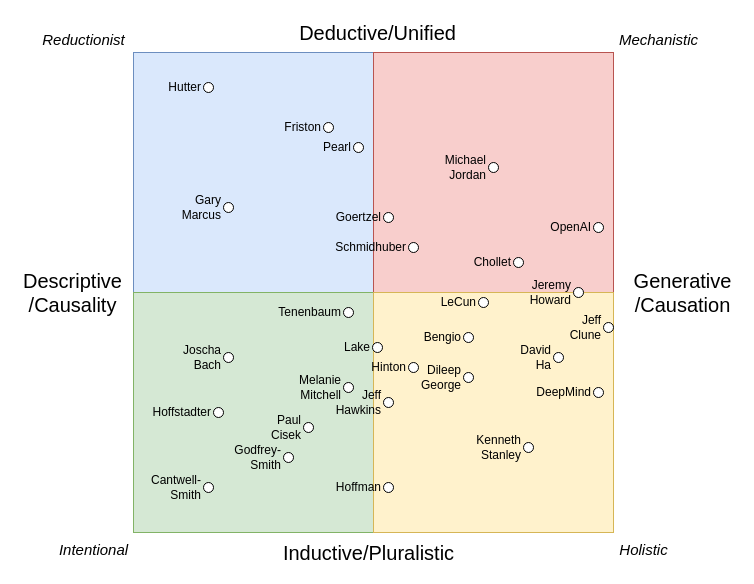
Above: agenda_preference.drawio in codeaudit/1 (draw.io), before the change. Source tidied: cells renumbered, new cells numbered last; positions are measured from the earlier drawing's top-left corner, leaving out a move shared by most shapes. Both pictures are drawn from the tidied source at 100%, with x=0, y=0 at pixel (17, 17).
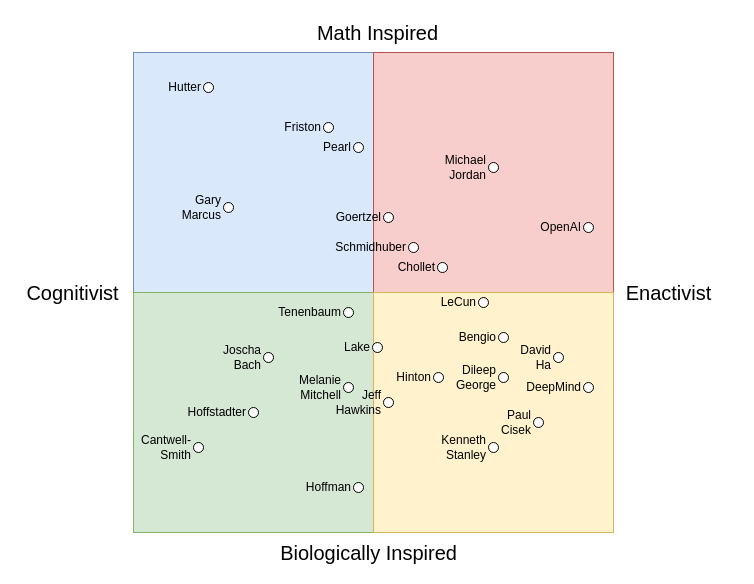
Above is the later version.

Diff of the diagram source:
```diff
@@
-    <mxCell id="6" value="Inductive/Pluralistic" style="text;html=1;align=center;verticalAlign=middle;fontSize=20;" parent="1" vertex="1">
+    <mxCell id="6" value="Biologically Inspired" style="text;html=1;align=center;verticalAlign=middle;fontSize=20;" parent="1" vertex="1">
       <mxGeometry x="256" y="520" width="190" height="30" as="geometry" />
     </mxCell>
-    <mxCell id="7" value="Deductive/Unified" style="text;html=1;align=center;verticalAlign=middle;fontSize=20;" parent="1" vertex="1">
-      <mxGeometry x="275" width="170" height="30" as="geometry" />
+    <mxCell id="7" value="Math Inspired" style="text;html=1;align=center;verticalAlign=middle;fontSize=20;" parent="1" vertex="1">
+      <mxGeometry x="290" width="140" height="30" as="geometry" />
     </mxCell>
-    <mxCell id="8" value="Generative&lt;br&gt;/Causation" style="text;html=1;align=center;verticalAlign=middle;fontSize=20;" parent="1" vertex="1">
-      <mxGeometry x="610" y="250" width="110" height="50" as="geometry" />
+    <mxCell id="8" value="Enactivist" style="text;html=1;align=center;verticalAlign=middle;fontSize=20;" parent="1" vertex="1">
+      <mxGeometry x="601" y="260" width="100" height="30" as="geometry" />
     </mxCell>
-    <mxCell id="9" value="Descriptive&lt;br&gt;/Causality" style="text;html=1;align=center;verticalAlign=middle;fontSize=20;" parent="1" vertex="1">
-      <mxGeometry y="250" width="110" height="50" as="geometry" />
+    <mxCell id="9" value="Cognitivist" style="text;html=1;align=center;verticalAlign=middle;fontSize=20;" parent="1" vertex="1">
+      <mxGeometry y="260" width="110" height="30" as="geometry" />
     </mxCell>
     <mxCell id="10" value="Joscha&lt;br&gt;Bach&lt;br&gt;" style="ellipse;whiteSpace=wrap;html=1;fontSize=12;labelPosition=left;verticalLabelPosition=middle;align=right;verticalAlign=middle;" parent="1" vertex="1">
-      <mxGeometry x="206" y="335" width="10" height="10" as="geometry" />
+      <mxGeometry x="246" y="335" width="10" height="10" as="geometry" />
     </mxCell>
-    <mxCell id="11" value="Jeremy&lt;br&gt;Howard" style="ellipse;whiteSpace=wrap;html=1;fontSize=12;labelPosition=left;verticalLabelPosition=middle;align=right;verticalAlign=middle;" parent="1" vertex="1">
-      <mxGeometry x="556" y="270" width="10" height="10" as="geometry" />
-    </mxCell>
@@
     <mxCell id="15" value="Hinton" style="ellipse;whiteSpace=wrap;html=1;fontSize=12;labelPosition=left;verticalLabelPosition=middle;align=right;verticalAlign=middle;" parent="1" vertex="1">
-      <mxGeometry x="391" y="345" width="10" height="10" as="geometry" />
+      <mxGeometry x="416" y="355" width="10" height="10" as="geometry" />
     </mxCell>
     <mxCell id="16" value="Bengio" style="ellipse;whiteSpace=wrap;html=1;fontSize=12;labelPosition=left;verticalLabelPosition=middle;align=right;verticalAlign=middle;" parent="1" vertex="1">
-      <mxGeometry x="446" y="315" width="10" height="10" as="geometry" />
+      <mxGeometry x="481" y="315" width="10" height="10" as="geometry" />
     </mxCell>
@@
     <mxCell id="19" value="Kenneth&lt;br&gt;Stanley" style="ellipse;whiteSpace=wrap;html=1;fontSize=12;labelPosition=left;verticalLabelPosition=middle;align=right;verticalAlign=middle;" parent="1" vertex="1">
-      <mxGeometry x="506" y="425" width="10" height="10" as="geometry" />
+      <mxGeometry x="471" y="425" width="10" height="10" as="geometry" />
     </mxCell>
@@
     <mxCell id="21" value="Hoffstadter" style="ellipse;whiteSpace=wrap;html=1;fontSize=12;labelPosition=left;verticalLabelPosition=middle;align=right;verticalAlign=middle;" parent="1" vertex="1">
-      <mxGeometry x="196" y="390" width="10" height="10" as="geometry" />
+      <mxGeometry x="231" y="390" width="10" height="10" as="geometry" />
     </mxCell>
     <mxCell id="22" value="Hoffman" style="ellipse;whiteSpace=wrap;html=1;fontSize=12;labelPosition=left;verticalLabelPosition=middle;align=right;verticalAlign=middle;" parent="1" vertex="1">
-      <mxGeometry x="366" y="465" width="10" height="10" as="geometry" />
+      <mxGeometry x="336" y="465" width="10" height="10" as="geometry" />
     </mxCell>
-    <mxCell id="23" value="Godfrey-Smith" style="ellipse;whiteSpace=wrap;html=1;fontSize=12;labelPosition=left;verticalLabelPosition=middle;align=right;verticalAlign=middle;" parent="1" vertex="1">
-      <mxGeometry x="266" y="435" width="10" height="10" as="geometry" />
-    </mxCell>
@@
     <mxCell id="27" value="OpenAI" style="ellipse;whiteSpace=wrap;html=1;fontSize=12;labelPosition=left;verticalLabelPosition=middle;align=right;verticalAlign=middle;" parent="1" vertex="1">
-      <mxGeometry x="576" y="205" width="10" height="10" as="geometry" />
+      <mxGeometry x="566" y="205" width="10" height="10" as="geometry" />
     </mxCell>
     <mxCell id="28" value="DeepMind" style="ellipse;whiteSpace=wrap;html=1;fontSize=12;labelPosition=left;verticalLabelPosition=middle;align=right;verticalAlign=middle;" parent="1" vertex="1">
-      <mxGeometry x="576" y="370" width="10" height="10" as="geometry" />
+      <mxGeometry x="566" y="365" width="10" height="10" as="geometry" />
     </mxCell>
@@
     <mxCell id="30" value="Cantwell-Smith" style="ellipse;whiteSpace=wrap;html=1;fontSize=12;labelPosition=left;verticalLabelPosition=middle;align=right;verticalAlign=middle;" parent="1" vertex="1">
-      <mxGeometry x="186" y="465" width="10" height="10" as="geometry" />
+      <mxGeometry x="176" y="425" width="10" height="10" as="geometry" />
     </mxCell>
@@
     <mxCell id="33" value="Chollet" style="ellipse;whiteSpace=wrap;html=1;fontSize=12;labelPosition=left;verticalLabelPosition=middle;align=right;verticalAlign=middle;" parent="1" vertex="1">
-      <mxGeometry x="496" y="240" width="10" height="10" as="geometry" />
+      <mxGeometry x="420" y="245" width="10" height="10" as="geometry" />
     </mxCell>
     <mxCell id="34" value="Dileep&lt;br&gt;George" style="ellipse;whiteSpace=wrap;html=1;fontSize=12;labelPosition=left;verticalLabelPosition=middle;align=right;verticalAlign=middle;" parent="1" vertex="1">
-      <mxGeometry x="446" y="355" width="10" height="10" as="geometry" />
+      <mxGeometry x="481" y="355" width="10" height="10" as="geometry" />
     </mxCell>
     <mxCell id="35" value="Paul&lt;br&gt;Cisek" style="ellipse;whiteSpace=wrap;html=1;fontSize=12;labelPosition=left;verticalLabelPosition=middle;align=right;verticalAlign=middle;" parent="1" vertex="1">
-      <mxGeometry x="286" y="405" width="10" height="10" as="geometry" />
+      <mxGeometry x="516" y="400" width="10" height="10" as="geometry" />
     </mxCell>
@@
-    <mxCell id="37" value="Jeff&lt;br&gt;Clune" style="ellipse;whiteSpace=wrap;html=1;fontSize=12;labelPosition=left;verticalLabelPosition=middle;align=right;verticalAlign=middle;" parent="1" vertex="1">
-      <mxGeometry x="586" y="305" width="10" height="10" as="geometry" />
-    </mxCell>
-    <mxCell id="38" value="&lt;i&gt;&lt;font style=&quot;font-size: 15px&quot;&gt;Reductionist&lt;/font&gt;&lt;/i&gt;" style="text;html=1;align=center;verticalAlign=middle;fontSize=20;" parent="1" vertex="1">
-      <mxGeometry x="16" y="5" width="100" height="30" as="geometry" />
-    </mxCell>
-    <mxCell id="39" value="&lt;i&gt;&lt;font style=&quot;font-size: 15px&quot;&gt;Holistic&lt;/font&gt;&lt;/i&gt;" style="text;html=1;align=center;verticalAlign=middle;fontSize=20;" parent="1" vertex="1">
-      <mxGeometry x="596" y="515" width="60" height="30" as="geometry" />
-    </mxCell>
-    <mxCell id="40" value="&lt;i&gt;&lt;font style=&quot;font-size: 15px&quot;&gt;Mechanistic&lt;/font&gt;&lt;/i&gt;" style="text;html=1;align=center;verticalAlign=middle;fontSize=20;" parent="1" vertex="1">
-      <mxGeometry x="596" y="5" width="90" height="30" as="geometry" />
-    </mxCell>
-    <mxCell id="41" value="&lt;i&gt;&lt;font style=&quot;font-size: 15px&quot;&gt;Intentional&lt;/font&gt;&lt;/i&gt;" style="text;html=1;align=center;verticalAlign=middle;fontSize=20;" parent="1" vertex="1">
-      <mxGeometry x="36" y="515" width="80" height="30" as="geometry" />
-    </mxCell>
```
